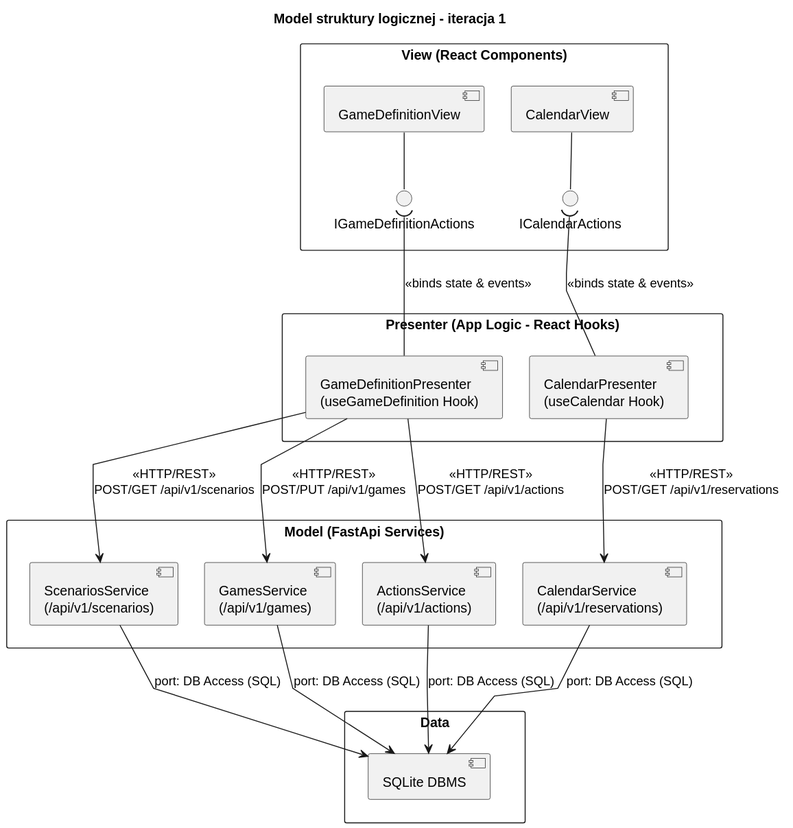
Igor-Ochocki/POP-2026Z keeps this PlantUML diagram as diagrams/rendered/logic_structure_model.svg. Above is the earlier version.
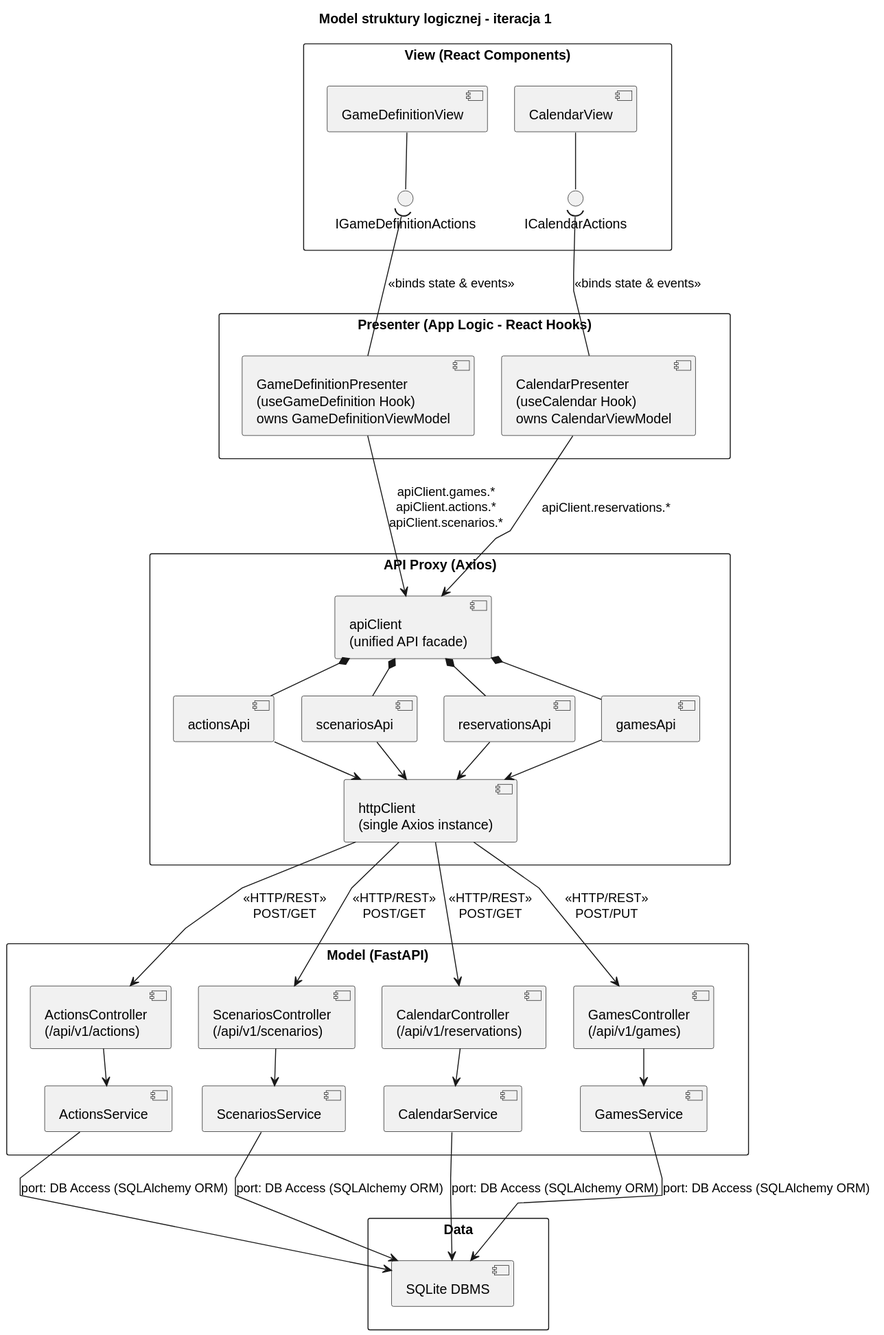
After the commit.

The edit, as a diff of the source:
```diff
@@ -21,40 +21,79 @@
 }
 
 package "Presenter (App Logic - React Hooks)" as P {
-    component [GameDefinitionPresenter\n(useGameDefinition Hook)] as P_Definition
-    component [CalendarPresenter\n(useCalendar Hook)] as P_Calendar
+    component [GameDefinitionPresenter\n(useGameDefinition Hook)\nowns GameDefinitionViewModel] as P_Definition
+    component [CalendarPresenter\n(useCalendar Hook)\nowns CalendarViewModel] as P_Calendar
 
     P_Definition -up-( IV_Definition : <<binds state & events>>
     P_Calendar -up-( IV_Calendar : <<binds state & events>>
 }
 
-package "Model (FastApi Services)" as M {
-    component [GamesService\n(/api/v1/games)] as M_Games
-    component [ActionsService\n(/api/v1/actions)] as M_Actions
-    component [ScenariosService\n(/api/v1/scenarios)] as M_Scenarios
-    component [CalendarService\n(/api/v1/reservations)] as M_Calendar
+package "API Proxy (Axios)" as A {
+    component [apiClient\n(unified API facade)] as A_Client
+    component [gamesApi] as A_Games
+    component [actionsApi] as A_Actions
+    component [scenariosApi] as A_Scenarios
+    component [reservationsApi] as A_Reservations
+    component [httpClient\n(single Axios instance)] as A_Http
+
+    A_Client *-down- A_Games
+    A_Client *-down- A_Actions
+    A_Client *-down- A_Scenarios
+    A_Client *-down- A_Reservations
+
+    A_Games -down-> A_Http
+    A_Actions -down-> A_Http
+    A_Scenarios -down-> A_Http
+    A_Reservations -down-> A_Http
 }
 
-P_Definition -down-> M_Games : <<HTTP/REST>>\nPOST/PUT /api/v1/games
-P_Definition -down-> M_Actions : <<HTTP/REST>>\nPOST/GET /api/v1/actions
-P_Definition -down-> M_Scenarios : <<HTTP/REST>>\nPOST/GET /api/v1/scenarios
-P_Calendar -down-> M_Calendar : <<HTTP/REST>>\nPOST/GET /api/v1/reservations
+P_Definition -down-> A_Client : apiClient.games.*\napiClient.actions.*\napiClient.scenarios.*
+P_Calendar -down-> A_Client : apiClient.reservations.*
+
+package "Model (FastAPI)" as M {
+    component [GamesController\n(/api/v1/games)] as C_Games
+    component [ActionsController\n(/api/v1/actions)] as C_Actions
+    component [ScenariosController\n(/api/v1/scenarios)] as C_Scenarios
+    component [CalendarController\n(/api/v1/reservations)] as C_Calendar
+
+    component [GamesService] as M_Games
+    component [ActionsService] as M_Actions
+    component [ScenariosService] as M_Scenarios
+    component [CalendarService] as M_Calendar
+
+    C_Games -down-> M_Games
+    C_Actions -down-> M_Actions
+    C_Scenarios -down-> M_Scenarios
+    C_Calendar -down-> M_Calendar
+}
+
+A_Http -down-> C_Games : <<HTTP/REST>>\nPOST/PUT
+A_Http -down-> C_Actions : <<HTTP/REST>>\nPOST/GET
+A_Http -down-> C_Scenarios : <<HTTP/REST>>\nPOST/GET
+A_Http -down-> C_Calendar : <<HTTP/REST>>\nPOST/GET
 
 package "Data" as D {
     database [SQLite DBMS] as DB_Sqlite
 }
 
-M_Games -down-> DB_Sqlite : port: DB Access (SQL)
-M_Actions -down-> DB_Sqlite : port: DB Access (SQL)
-M_Scenarios -down-> DB_Sqlite : port: DB Access (SQL)
-M_Calendar -down-> DB_Sqlite : port: DB Access (SQL)
+M_Games -down-> DB_Sqlite : port: DB Access (SQLAlchemy ORM)
+M_Actions -down-> DB_Sqlite : port: DB Access (SQLAlchemy ORM)
+M_Scenarios -down-> DB_Sqlite : port: DB Access (SQLAlchemy ORM)
+M_Calendar -down-> DB_Sqlite : port: DB Access (SQLAlchemy ORM)
 
 V -[hidden]down-> P
-P -[hidden]down-> M
+P -[hidden]down-> A
+A -[hidden]down-> M
 M -[hidden]down-> D
 
 V_GameDefinition -[hidden]right-> V_Calendar
 P_Definition -[hidden]right-> P_Calendar
+A_Games -[hidden]right-> A_Actions
+A_Actions -[hidden]right-> A_Scenarios
+A_Scenarios -[hidden]right-> A_Reservations
+C_Games -[hidden]right-> C_Actions
+C_Actions -[hidden]right-> C_Scenarios
+C_Scenarios -[hidden]right-> C_Calendar
 M_Games -[hidden]right-> M_Actions
 M_Actions -[hidden]right-> M_Scenarios
 M_Scenarios -[hidden]right-> M_Calendar
```
